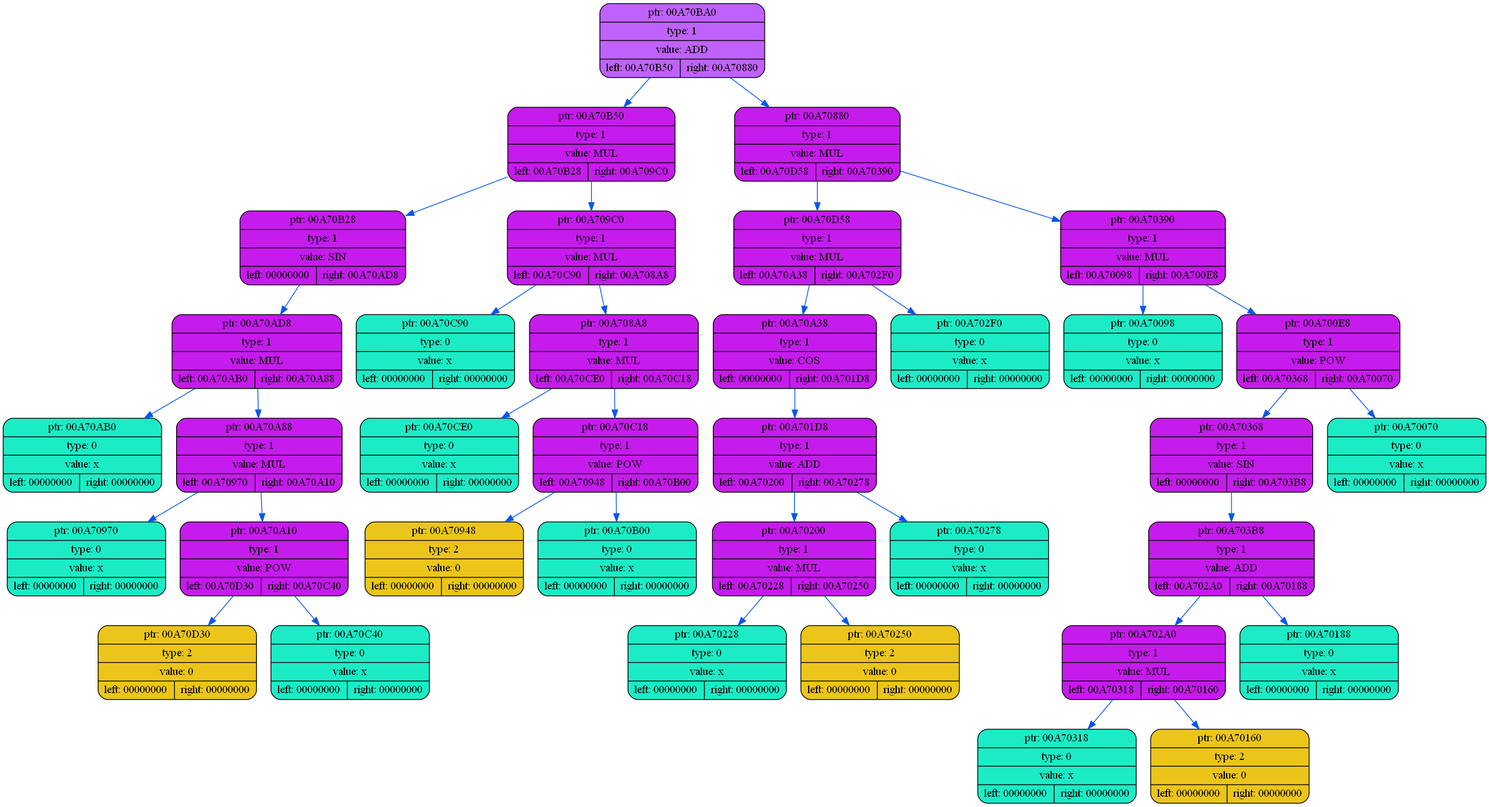
Above: dump/dump4.png in coffee8cat/differentiator (Graphviz), before the change. Its source is kept beside it as dump/dump4.dot.
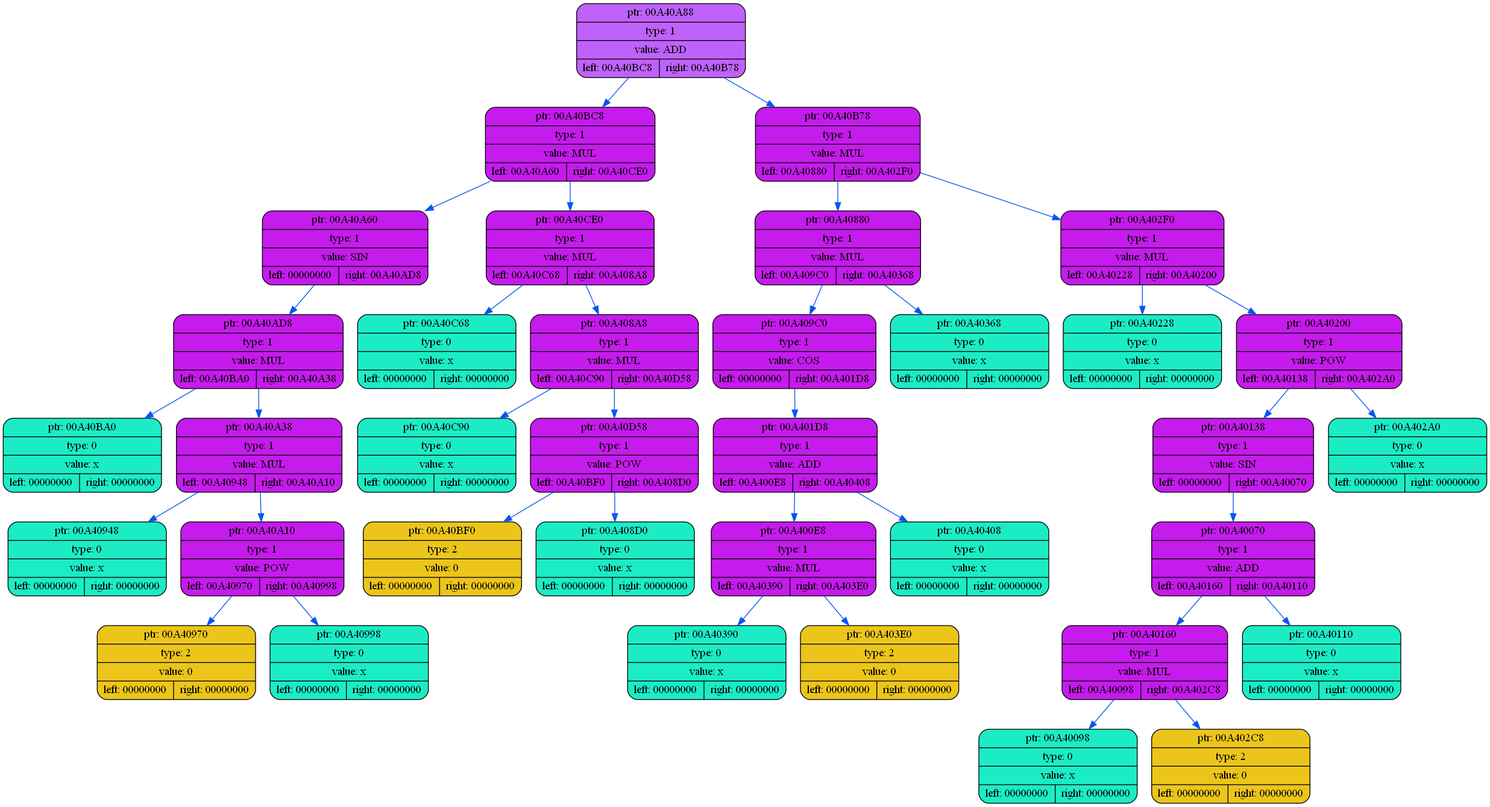
The same file after the commit.

The edit, as a diff of the source:
```diff
@@ -2,75 +2,75 @@
 {
     rankdir=TP
 
-        node00A70BA0[shape=record,style="rounded,filled",fillcolor="#BF62FC",label="{ ptr: 00A70BA0 | type: 1 | value: ADD| { left: 00A70B50 | right: 00A70880 }}"];
-    node00A70BA0 -> node00A70B50[color="#0855F0"]
-    node00A70B50[shape=record,style="rounded,filled",fillcolor="#C51BEC",label="{ ptr: 00A70B50 | type: 1 | value: MUL| { left: 00A70B28 | right: 00A709C0 }}"];
-    node00A70B50 -> node00A70B28[color="#0855F0"]
-    node00A70B28[shape=record,style="rounded,filled",fillcolor="#C51BEC",label="{ ptr: 00A70B28 | type: 1 | value: SIN| { left: 00000000 | right: 00A70AD8 }}"];
-    node00A70B28 -> node00A70AD8[color="#0855F0"]
-    node00A70AD8[shape=record,style="rounded,filled",fillcolor="#C51BEC",label="{ ptr: 00A70AD8 | type: 1 | value: MUL| { left: 00A70AB0 | right: 00A70A88 }}"];
-    node00A70AD8 -> node00A70AB0[color="#0855F0"]
-    node00A70AB0[shape=record,style="rounded,filled",fillcolor="#1BECC5",label="{ ptr: 00A70AB0 | type: 0 | value: x| { left: 00000000 | right: 00000000 }}"];
-    node00A70AD8 -> node00A70A88[color="#0855F0"]
-    node00A70A88[shape=record,style="rounded,filled",fillcolor="#C51BEC",label="{ ptr: 00A70A88 | type: 1 | value: MUL| { left: 00A70970 | right: 00A70A10 }}"];
-    node00A70A88 -> node00A70970[color="#0855F0"]
-    node00A70970[shape=record,style="rounded,filled",fillcolor="#1BECC5",label="{ ptr: 00A70970 | type: 0 | value: x| { left: 00000000 | right: 00000000 }}"];
-    node00A70A88 -> node00A70A10[color="#0855F0"]
-    node00A70A10[shape=record,style="rounded,filled",fillcolor="#C51BEC",label="{ ptr: 00A70A10 | type: 1 | value: POW| { left: 00A70D30 | right: 00A70C40 }}"];
-    node00A70A10 -> node00A70D30[color="#0855F0"]
-    node00A70D30[shape=record,style="rounded,filled",fillcolor="#ECC51B",label="{ ptr: 00A70D30 | type: 2 | value: 0| { left: 00000000 | right: 00000000 }}"];
-    node00A70A10 -> node00A70C40[color="#0855F0"]
-    node00A70C40[shape=record,style="rounded,filled",fillcolor="#1BECC5",label="{ ptr: 00A70C40 | type: 0 | value: x| { left: 00000000 | right: 00000000 }}"];
-    node00A70B50 -> node00A709C0[color="#0855F0"]
-    node00A709C0[shape=record,style="rounded,filled",fillcolor="#C51BEC",label="{ ptr: 00A709C0 | type: 1 | value: MUL| { left: 00A70C90 | right: 00A708A8 }}"];
-    node00A709C0 -> node00A70C90[color="#0855F0"]
-    node00A70C90[shape=record,style="rounded,filled",fillcolor="#1BECC5",label="{ ptr: 00A70C90 | type: 0 | value: x| { left: 00000000 | right: 00000000 }}"];
-    node00A709C0 -> node00A708A8[color="#0855F0"]
-    node00A708A8[shape=record,style="rounded,filled",fillcolor="#C51BEC",label="{ ptr: 00A708A8 | type: 1 | value: MUL| { left: 00A70CE0 | right: 00A70C18 }}"];
-    node00A708A8 -> node00A70CE0[color="#0855F0"]
-    node00A70CE0[shape=record,style="rounded,filled",fillcolor="#1BECC5",label="{ ptr: 00A70CE0 | type: 0 | value: x| { left: 00000000 | right: 00000000 }}"];
-    node00A708A8 -> node00A70C18[color="#0855F0"]
-    node00A70C18[shape=record,style="rounded,filled",fillcolor="#C51BEC",label="{ ptr: 00A70C18 | type: 1 | value: POW| { left: 00A70948 | right: 00A70B00 }}"];
-    node00A70C18 -> node00A70948[color="#0855F0"]
-    node00A70948[shape=record,style="rounded,filled",fillcolor="#ECC51B",label="{ ptr: 00A70948 | type: 2 | value: 0| { left: 00000000 | right: 00000000 }}"];
-    node00A70C18 -> node00A70B00[color="#0855F0"]
-    node00A70B00[shape=record,style="rounded,filled",fillcolor="#1BECC5",label="{ ptr: 00A70B00 | type: 0 | value: x| { left: 00000000 | right: 00000000 }}"];
-    node00A70BA0 -> node00A70880[color="#0855F0"]
-    node00A70880[shape=record,style="rounded,filled",fillcolor="#C51BEC",label="{ ptr: 00A70880 | type: 1 | value: MUL| { left: 00A70D58 | right: 00A70390 }}"];
-    node00A70880 -> node00A70D58[color="#0855F0"]
-    node00A70D58[shape=record,style="rounded,filled",fillcolor="#C51BEC",label="{ ptr: 00A70D58 | type: 1 | value: MUL| { left: 00A70A38 | right: 00A702F0 }}"];
-    node00A70D58 -> node00A70A38[color="#0855F0"]
-    node00A70A38[shape=record,style="rounded,filled",fillcolor="#C51BEC",label="{ ptr: 00A70A38 | type: 1 | value: COS| { left: 00000000 | right: 00A701D8 }}"];
-    node00A70A38 -> node00A701D8[color="#0855F0"]
-    node00A701D8[shape=record,style="rounded,filled",fillcolor="#C51BEC",label="{ ptr: 00A701D8 | type: 1 | value: ADD| { left: 00A70200 | right: 00A70278 }}"];
-    node00A701D8 -> node00A70200[color="#0855F0"]
-    node00A70200[shape=record,style="rounded,filled",fillcolor="#C51BEC",label="{ ptr: 00A70200 | type: 1 | value: MUL| { left: 00A70228 | right: 00A70250 }}"];
-    node00A70200 -> node00A70228[color="#0855F0"]
-    node00A70228[shape=record,style="rounded,filled",fillcolor="#1BECC5",label="{ ptr: 00A70228 | type: 0 | value: x| { left: 00000000 | right: 00000000 }}"];
-    node00A70200 -> node00A70250[color="#0855F0"]
-    node00A70250[shape=record,style="rounded,filled",fillcolor="#ECC51B",label="{ ptr: 00A70250 | type: 2 | value: 0| { left: 00000000 | right: 00000000 }}"];
-    node00A701D8 -> node00A70278[color="#0855F0"]
-    node00A70278[shape=record,style="rounded,filled",fillcolor="#1BECC5",label="{ ptr: 00A70278 | type: 0 | value: x| { left: 00000000 | right: 00000000 }}"];
-    node00A70D58 -> node00A702F0[color="#0855F0"]
-    node00A702F0[shape=record,style="rounded,filled",fillcolor="#1BECC5",label="{ ptr: 00A702F0 | type: 0 | value: x| { left: 00000000 | right: 00000000 }}"];
-    node00A70880 -> node00A70390[color="#0855F0"]
-    node00A70390[shape=record,style="rounded,filled",fillcolor="#C51BEC",label="{ ptr: 00A70390 | type: 1 | value: MUL| { left: 00A70098 | right: 00A700E8 }}"];
-    node00A70390 -> node00A70098[color="#0855F0"]
-    node00A70098[shape=record,style="rounded,filled",fillcolor="#1BECC5",label="{ ptr: 00A70098 | type: 0 | value: x| { left: 00000000 | right: 00000000 }}"];
-    node00A70390 -> node00A700E8[color="#0855F0"]
-    node00A700E8[shape=record,style="rounded,filled",fillcolor="#C51BEC",label="{ ptr: 00A700E8 | type: 1 | value: POW| { left: 00A70368 | right: 00A70070 }}"];
-    node00A700E8 -> node00A70368[color="#0855F0"]
-    node00A70368[shape=record,style="rounded,filled",fillcolor="#C51BEC",label="{ ptr: 00A70368 | type: 1 | value: SIN| { left: 00000000 | right: 00A703B8 }}"];
-    node00A70368 -> node00A703B8[color="#0855F0"]
-    node00A703B8[shape=record,style="rounded,filled",fillcolor="#C51BEC",label="{ ptr: 00A703B8 | type: 1 | value: ADD| { left: 00A702A0 | right: 00A70188 }}"];
-    node00A703B8 -> node00A702A0[color="#0855F0"]
-    node00A702A0[shape=record,style="rounded,filled",fillcolor="#C51BEC",label="{ ptr: 00A702A0 | type: 1 | value: MUL| { left: 00A70318 | right: 00A70160 }}"];
-    node00A702A0 -> node00A70318[color="#0855F0"]
-    node00A70318[shape=record,style="rounded,filled",fillcolor="#1BECC5",label="{ ptr: 00A70318 | type: 0 | value: x| { left: 00000000 | right: 00000000 }}"];
-    node00A702A0 -> node00A70160[color="#0855F0"]
-    node00A70160[shape=record,style="rounded,filled",fillcolor="#ECC51B",label="{ ptr: 00A70160 | type: 2 | value: 0| { left: 00000000 | right: 00000000 }}"];
-    node00A703B8 -> node00A70188[color="#0855F0"]
-    node00A70188[shape=record,style="rounded,filled",fillcolor="#1BECC5",label="{ ptr: 00A70188 | type: 0 | value: x| { left: 00000000 | right: 00000000 }}"];
-    node00A700E8 -> node00A70070[color="#0855F0"]
-    node00A70070[shape=record,style="rounded,filled",fillcolor="#1BECC5",label="{ ptr: 00A70070 | type: 0 | value: x| { left: 00000000 | right: 00000000 }}"];
+        node00A40A88[shape=record,style="rounded,filled",fillcolor="#BF62FC",label="{ ptr: 00A40A88 | type: 1 | value: ADD| { left: 00A40BC8 | right: 00A40B78 }}"];
+    node00A40A88 -> node00A40BC8[color="#0855F0"]
+    node00A40BC8[shape=record,style="rounded,filled",fillcolor="#C51BEC",label="{ ptr: 00A40BC8 | type: 1 | value: MUL| { left: 00A40A60 | right: 00A40CE0 }}"];
+    node00A40BC8 -> node00A40A60[color="#0855F0"]
+    node00A40A60[shape=record,style="rounded,filled",fillcolor="#C51BEC",label="{ ptr: 00A40A60 | type: 1 | value: SIN| { left: 00000000 | right: 00A40AD8 }}"];
+    node00A40A60 -> node00A40AD8[color="#0855F0"]
+    node00A40AD8[shape=record,style="rounded,filled",fillcolor="#C51BEC",label="{ ptr: 00A40AD8 | type: 1 | value: MUL| { left: 00A40BA0 | right: 00A40A38 }}"];
+    node00A40AD8 -> node00A40BA0[color="#0855F0"]
+    node00A40BA0[shape=record,style="rounded,filled",fillcolor="#1BECC5",label="{ ptr: 00A40BA0 | type: 0 | value: x| { left: 00000000 | right: 00000000 }}"];
+    node00A40AD8 -> node00A40A38[color="#0855F0"]
+    node00A40A38[shape=record,style="rounded,filled",fillcolor="#C51BEC",label="{ ptr: 00A40A38 | type: 1 | value: MUL| { left: 00A40948 | right: 00A40A10 }}"];
+    node00A40A38 -> node00A40948[color="#0855F0"]
+    node00A40948[shape=record,style="rounded,filled",fillcolor="#1BECC5",label="{ ptr: 00A40948 | type: 0 | value: x| { left: 00000000 | right: 00000000 }}"];
+    node00A40A38 -> node00A40A10[color="#0855F0"]
+    node00A40A10[shape=record,style="rounded,filled",fillcolor="#C51BEC",label="{ ptr: 00A40A10 | type: 1 | value: POW| { left: 00A40970 | right: 00A40998 }}"];
+    node00A40A10 -> node00A40970[color="#0855F0"]
+    node00A40970[shape=record,style="rounded,filled",fillcolor="#ECC51B",label="{ ptr: 00A40970 | type: 2 | value: 0| { left: 00000000 | right: 00000000 }}"];
+    node00A40A10 -> node00A40998[color="#0855F0"]
+    node00A40998[shape=record,style="rounded,filled",fillcolor="#1BECC5",label="{ ptr: 00A40998 | type: 0 | value: x| { left: 00000000 | right: 00000000 }}"];
+    node00A40BC8 -> node00A40CE0[color="#0855F0"]
+    node00A40CE0[shape=record,style="rounded,filled",fillcolor="#C51BEC",label="{ ptr: 00A40CE0 | type: 1 | value: MUL| { left: 00A40C68 | right: 00A408A8 }}"];
+    node00A40CE0 -> node00A40C68[color="#0855F0"]
+    node00A40C68[shape=record,style="rounded,filled",fillcolor="#1BECC5",label="{ ptr: 00A40C68 | type: 0 | value: x| { left: 00000000 | right: 00000000 }}"];
+    node00A40CE0 -> node00A408A8[color="#0855F0"]
+    node00A408A8[shape=record,style="rounded,filled",fillcolor="#C51BEC",label="{ ptr: 00A408A8 | type: 1 | value: MUL| { left: 00A40C90 | right: 00A40D58 }}"];
+    node00A408A8 -> node00A40C90[color="#0855F0"]
+    node00A40C90[shape=record,style="rounded,filled",fillcolor="#1BECC5",label="{ ptr: 00A40C90 | type: 0 | value: x| { left: 00000000 | right: 00000000 }}"];
+    node00A408A8 -> node00A40D58[color="#0855F0"]
+    node00A40D58[shape=record,style="rounded,filled",fillcolor="#C51BEC",label="{ ptr: 00A40D58 | type: 1 | value: POW| { left: 00A40BF0 | right: 00A408D0 }}"];
+    node00A40D58 -> node00A40BF0[color="#0855F0"]
+    node00A40BF0[shape=record,style="rounded,filled",fillcolor="#ECC51B",label="{ ptr: 00A40BF0 | type: 2 | value: 0| { left: 00000000 | right: 00000000 }}"];
+    node00A40D58 -> node00A408D0[color="#0855F0"]
+    node00A408D0[shape=record,style="rounded,filled",fillcolor="#1BECC5",label="{ ptr: 00A408D0 | type: 0 | value: x| { left: 00000000 | right: 00000000 }}"];
+    node00A40A88 -> node00A40B78[color="#0855F0"]
+    node00A40B78[shape=record,style="rounded,filled",fillcolor="#C51BEC",label="{ ptr: 00A40B78 | type: 1 | value: MUL| { left: 00A40880 | right: 00A402F0 }}"];
+    node00A40B78 -> node00A40880[color="#0855F0"]
+    node00A40880[shape=record,style="rounded,filled",fillcolor="#C51BEC",label="{ ptr: 00A40880 | type: 1 | value: MUL| { left: 00A409C0 | right: 00A40368 }}"];
+    node00A40880 -> node00A409C0[color="#0855F0"]
+    node00A409C0[shape=record,style="rounded,filled",fillcolor="#C51BEC",label="{ ptr: 00A409C0 | type: 1 | value: COS| { left: 00000000 | right: 00A401D8 }}"];
+    node00A409C0 -> node00A401D8[color="#0855F0"]
+    node00A401D8[shape=record,style="rounded,filled",fillcolor="#C51BEC",label="{ ptr: 00A401D8 | type: 1 | value: ADD| { left: 00A400E8 | right: 00A40408 }}"];
+    node00A401D8 -> node00A400E8[color="#0855F0"]
+    node00A400E8[shape=record,style="rounded,filled",fillcolor="#C51BEC",label="{ ptr: 00A400E8 | type: 1 | value: MUL| { left: 00A40390 | right: 00A403E0 }}"];
+    node00A400E8 -> node00A40390[color="#0855F0"]
+    node00A40390[shape=record,style="rounded,filled",fillcolor="#1BECC5",label="{ ptr: 00A40390 | type: 0 | value: x| { left: 00000000 | right: 00000000 }}"];
+    node00A400E8 -> node00A403E0[color="#0855F0"]
+    node00A403E0[shape=record,style="rounded,filled",fillcolor="#ECC51B",label="{ ptr: 00A403E0 | type: 2 | value: 0| { left: 00000000 | right: 00000000 }}"];
+    node00A401D8 -> node00A40408[color="#0855F0"]
+    node00A40408[shape=record,style="rounded,filled",fillcolor="#1BECC5",label="{ ptr: 00A40408 | type: 0 | value: x| { left: 00000000 | right: 00000000 }}"];
+    node00A40880 -> node00A40368[color="#0855F0"]
+    node00A40368[shape=record,style="rounded,filled",fillcolor="#1BECC5",label="{ ptr: 00A40368 | type: 0 | value: x| { left: 00000000 | right: 00000000 }}"];
+    node00A40B78 -> node00A402F0[color="#0855F0"]
+    node00A402F0[shape=record,style="rounded,filled",fillcolor="#C51BEC",label="{ ptr: 00A402F0 | type: 1 | value: MUL| { left: 00A40228 | right: 00A40200 }}"];
+    node00A402F0 -> node00A40228[color="#0855F0"]
+    node00A40228[shape=record,style="rounded,filled",fillcolor="#1BECC5",label="{ ptr: 00A40228 | type: 0 | value: x| { left: 00000000 | right: 00000000 }}"];
+    node00A402F0 -> node00A40200[color="#0855F0"]
+    node00A40200[shape=record,style="rounded,filled",fillcolor="#C51BEC",label="{ ptr: 00A40200 | type: 1 | value: POW| { left: 00A40138 | right: 00A402A0 }}"];
+    node00A40200 -> node00A40138[color="#0855F0"]
+    node00A40138[shape=record,style="rounded,filled",fillcolor="#C51BEC",label="{ ptr: 00A40138 | type: 1 | value: SIN| { left: 00000000 | right: 00A40070 }}"];
+    node00A40138 -> node00A40070[color="#0855F0"]
+    node00A40070[shape=record,style="rounded,filled",fillcolor="#C51BEC",label="{ ptr: 00A40070 | type: 1 | value: ADD| { left: 00A40160 | right: 00A40110 }}"];
+    node00A40070 -> node00A40160[color="#0855F0"]
+    node00A40160[shape=record,style="rounded,filled",fillcolor="#C51BEC",label="{ ptr: 00A40160 | type: 1 | value: MUL| { left: 00A40098 | right: 00A402C8 }}"];
+    node00A40160 -> node00A40098[color="#0855F0"]
+    node00A40098[shape=record,style="rounded,filled",fillcolor="#1BECC5",label="{ ptr: 00A40098 | type: 0 | value: x| { left: 00000000 | right: 00000000 }}"];
+    node00A40160 -> node00A402C8[color="#0855F0"]
+    node00A402C8[shape=record,style="rounded,filled",fillcolor="#ECC51B",label="{ ptr: 00A402C8 | type: 2 | value: 0| { left: 00000000 | right: 00000000 }}"];
+    node00A40070 -> node00A40110[color="#0855F0"]
+    node00A40110[shape=record,style="rounded,filled",fillcolor="#1BECC5",label="{ ptr: 00A40110 | type: 0 | value: x| { left: 00000000 | right: 00000000 }}"];
+    node00A40200 -> node00A402A0[color="#0855F0"]
+    node00A402A0[shape=record,style="rounded,filled",fillcolor="#1BECC5",label="{ ptr: 00A402A0 | type: 0 | value: x| { left: 00000000 | right: 00000000 }}"];
 }
```
